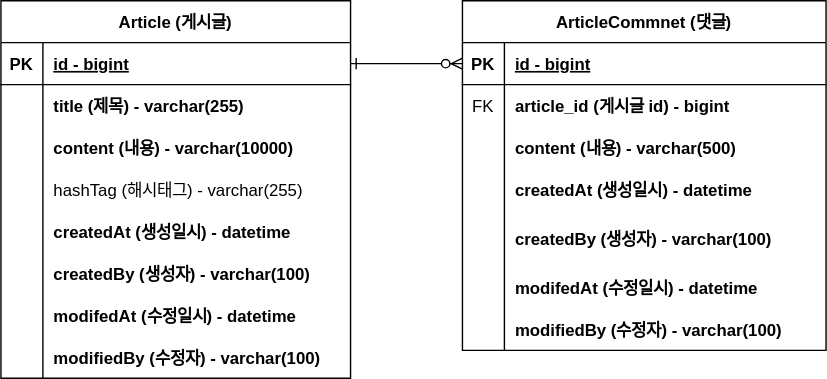
This is document/project-board-erd.svg from youngeun10/fastcampus-project-board, a draw.io export, as it was before one commit. Source tidied: cells renumbered, new cells last; positions are measured from the earlier drawing's top-left corner, leaving out a move shared by most shapes.
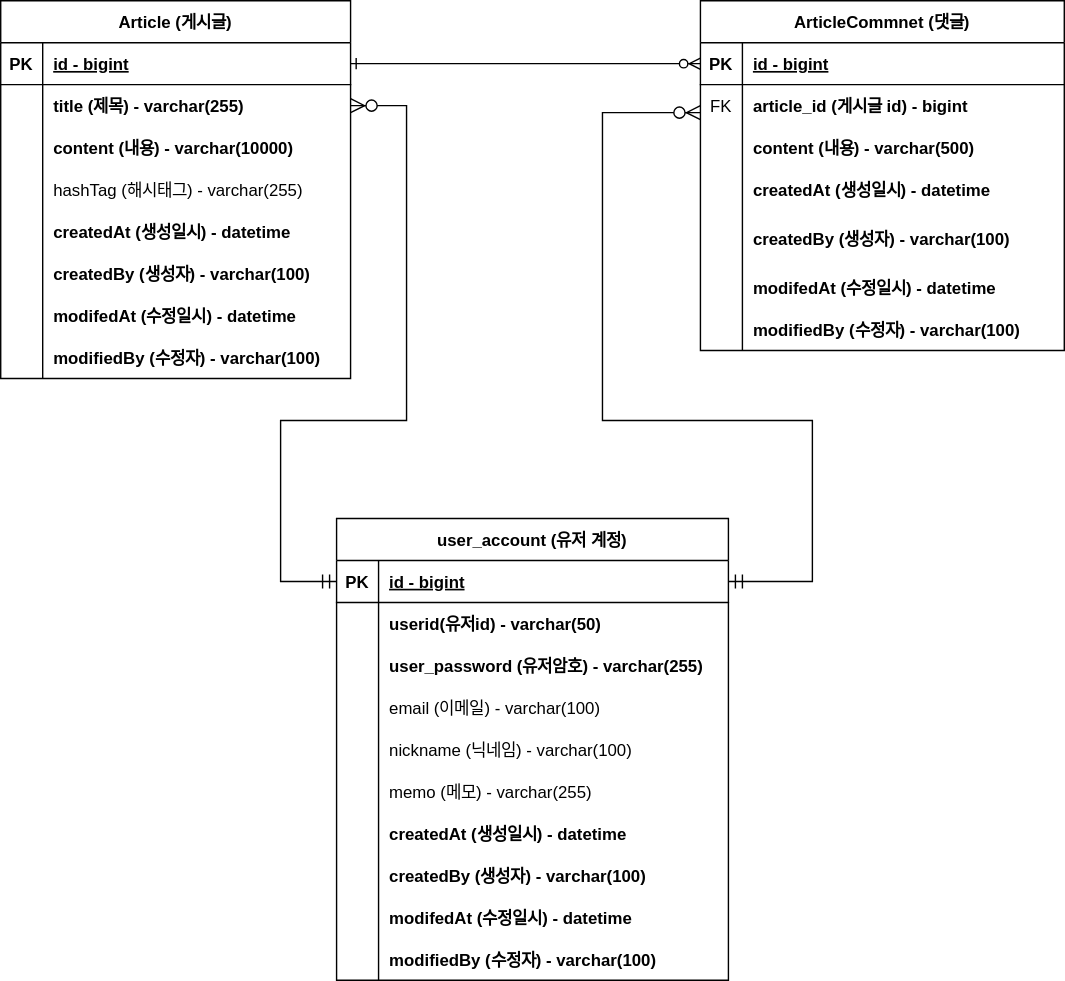
Later version of the same file.

The edit, as a diff of the source:
```diff
@@ -6,7 +6,7 @@
       <mxGeometry relative="1" as="geometry" />
     </mxCell>
     <mxCell id="3" value="ArticleCommnet (댓글)" style="shape=table;startSize=30;rowLines=0;fontStyle=1;align=center;" parent="1" vertex="1">
-      <mxGeometry x="330" width="260" height="250" as="geometry" />
+      <mxGeometry x="420" width="260" height="250" as="geometry" />
     </mxCell>
     <mxCell id="4" style="shape=partialRectangle;fillColor=none;points=[[0,0.5],[1,0.5]];portConstraint=eastwest;top=0;left=0;right=0;bottom=1;" parent="3" vertex="1">
       <mxGeometry y="30" width="260" height="30" as="geometry" />
@@ -72,7 +72,7 @@
       <mxGeometry x="30" width="230" height="30" as="geometry" />
     </mxCell>
     <mxCell id="25" value="Article (게시글)" style="shape=table;startSize=30;rowLines=0;fontStyle=1;align=center;" parent="1" vertex="1">
-      <mxGeometry width="250" height="270" as="geometry" />
+      <mxGeometry x="-80" width="250" height="270" as="geometry" />
     </mxCell>
     <mxCell id="26" style="shape=partialRectangle;fillColor=none;points=[[0,0.5],[1,0.5]];portConstraint=eastwest;top=0;left=0;right=0;bottom=1;" parent="25" vertex="1">
       <mxGeometry y="30" width="250" height="30" as="geometry" />
@@ -146,5 +146,119 @@
     <mxCell id="49" value="modifiedBy (수정자) - varchar(100)" style="shape=partialRectangle;overflow=hidden;fillColor=none;top=0;left=0;bottom=0;right=0;align=left;spacingLeft=6;fontStyle=1;" parent="47" vertex="1">
       <mxGeometry x="30" width="220" height="30" as="geometry" />
     </mxCell>
+    <mxCell id="50" value="user_account (유저 계정)" style="shape=table;startSize=30;rowLines=0;fontStyle=1;align=center;" parent="1" vertex="1">
+      <mxGeometry x="160" y="370" width="280" height="330" as="geometry" />
+    </mxCell>
+    <mxCell id="51" style="shape=partialRectangle;fillColor=none;points=[[0,0.5],[1,0.5]];portConstraint=eastwest;top=0;left=0;right=0;bottom=1;" parent="50" vertex="1">
+      <mxGeometry y="30" width="280" height="30" as="geometry" />
+    </mxCell>
+    <mxCell id="52" value="PK" style="shape=partialRectangle;overflow=hidden;fillColor=none;top=0;left=0;bottom=0;right=0;fontStyle=1;" parent="51" vertex="1">
+      <mxGeometry width="30" height="30" as="geometry" />
+    </mxCell>
+    <mxCell id="53" value="id - bigint" style="shape=partialRectangle;overflow=hidden;fillColor=none;top=0;left=0;bottom=0;right=0;align=left;spacingLeft=6;fontStyle=5;" parent="51" vertex="1">
+      <mxGeometry x="30" width="250" height="30" as="geometry" />
+    </mxCell>
+    <mxCell id="54" style="shape=partialRectangle;fillColor=none;top=0;left=0;right=0;bottom=0;" parent="50" vertex="1">
+      <mxGeometry y="60" width="280" height="30" as="geometry" />
+    </mxCell>
+    <mxCell id="55" style="shape=partialRectangle;overflow=hidden;fillColor=none;top=0;left=0;bottom=0;right=0;" parent="54" vertex="1">
+      <mxGeometry width="30" height="30" as="geometry" />
+    </mxCell>
+    <mxCell id="56" value="userid(유저id) - varchar(50)" style="shape=partialRectangle;overflow=hidden;fillColor=none;top=0;left=0;bottom=0;right=0;align=left;spacingLeft=6;fontStyle=1;" parent="54" vertex="1">
+      <mxGeometry x="30" width="250" height="30" as="geometry" />
+    </mxCell>
+    <mxCell id="57" style="shape=partialRectangle;fillColor=none;top=0;left=0;right=0;bottom=0;" parent="50" vertex="1">
+      <mxGeometry y="90" width="280" height="30" as="geometry" />
+    </mxCell>
+    <mxCell id="58" style="shape=partialRectangle;overflow=hidden;fillColor=none;top=0;left=0;bottom=0;right=0;" parent="57" vertex="1">
+      <mxGeometry width="30" height="30" as="geometry" />
+    </mxCell>
+    <mxCell id="59" value="user_password (유저암호) - varchar(255)" style="shape=partialRectangle;overflow=hidden;fillColor=none;top=0;left=0;bottom=0;right=0;align=left;spacingLeft=6;fontStyle=1;" parent="57" vertex="1">
+      <mxGeometry x="30" width="250" height="30" as="geometry" />
+    </mxCell>
+    <mxCell id="60" style="shape=partialRectangle;fillColor=none;top=0;left=0;right=0;bottom=0;" parent="50" vertex="1">
+      <mxGeometry y="120" width="280" height="30" as="geometry" />
+    </mxCell>
+    <mxCell id="61" style="shape=partialRectangle;overflow=hidden;fillColor=none;top=0;left=0;bottom=0;right=0;" parent="60" vertex="1">
+      <mxGeometry width="30" height="30" as="geometry" />
+    </mxCell>
+    <mxCell id="62" value="email (이메일) - varchar(100)" style="shape=partialRectangle;overflow=hidden;fillColor=none;top=0;left=0;bottom=0;right=0;align=left;spacingLeft=6;" parent="60" vertex="1">
+      <mxGeometry x="30" width="250" height="30" as="geometry" />
+    </mxCell>
+    <mxCell id="63" style="shape=partialRectangle;fillColor=none;top=0;left=0;right=0;bottom=0;" parent="50" vertex="1">
+      <mxGeometry y="150" width="280" height="30" as="geometry" />
+    </mxCell>
+    <mxCell id="64" style="shape=partialRectangle;overflow=hidden;fillColor=none;top=0;left=0;bottom=0;right=0;" parent="63" vertex="1">
+      <mxGeometry width="30" height="30" as="geometry" />
+    </mxCell>
+    <mxCell id="65" value="nickname (닉네임) - varchar(100)" style="shape=partialRectangle;overflow=hidden;fillColor=none;top=0;left=0;bottom=0;right=0;align=left;spacingLeft=6;" parent="63" vertex="1">
+      <mxGeometry x="30" width="250" height="30" as="geometry" />
+    </mxCell>
+    <mxCell id="66" style="shape=partialRectangle;fillColor=none;top=0;left=0;right=0;bottom=0;" parent="50" vertex="1">
+      <mxGeometry y="180" width="280" height="30" as="geometry" />
+    </mxCell>
+    <mxCell id="67" style="shape=partialRectangle;overflow=hidden;fillColor=none;top=0;left=0;bottom=0;right=0;" parent="66" vertex="1">
+      <mxGeometry width="30" height="30" as="geometry" />
+    </mxCell>
+    <mxCell id="68" value="memo (메모) - varchar(255)" style="shape=partialRectangle;overflow=hidden;fillColor=none;top=0;left=0;bottom=0;right=0;align=left;spacingLeft=6;" parent="66" vertex="1">
+      <mxGeometry x="30" width="250" height="30" as="geometry" />
+    </mxCell>
+    <mxCell id="69" style="shape=partialRectangle;fillColor=none;top=0;left=0;right=0;bottom=0;" parent="50" vertex="1">
+      <mxGeometry y="210" width="280" height="30" as="geometry" />
+    </mxCell>
+    <mxCell id="70" style="shape=partialRectangle;overflow=hidden;fillColor=none;top=0;left=0;bottom=0;right=0;" parent="69" vertex="1">
+      <mxGeometry width="30" height="30" as="geometry" />
+    </mxCell>
+    <mxCell id="71" value="createdAt (생성일시) - datetime" style="shape=partialRectangle;overflow=hidden;fillColor=none;top=0;left=0;bottom=0;right=0;align=left;spacingLeft=6;fontStyle=1;" parent="69" vertex="1">
+      <mxGeometry x="30" width="250" height="30" as="geometry" />
+    </mxCell>
+    <mxCell id="72" style="shape=partialRectangle;fillColor=none;top=0;left=0;right=0;bottom=0;" parent="50" vertex="1">
+      <mxGeometry y="240" width="280" height="30" as="geometry" />
+    </mxCell>
+    <mxCell id="73" style="shape=partialRectangle;overflow=hidden;fillColor=none;top=0;left=0;bottom=0;right=0;" parent="72" vertex="1">
+      <mxGeometry width="30" height="30" as="geometry" />
+    </mxCell>
+    <mxCell id="74" value="createdBy (생성자) - varchar(100)" style="shape=partialRectangle;overflow=hidden;fillColor=none;top=0;left=0;bottom=0;right=0;align=left;spacingLeft=6;fontStyle=1;" parent="72" vertex="1">
+      <mxGeometry x="30" width="250" height="30" as="geometry" />
+    </mxCell>
+    <mxCell id="75" style="shape=partialRectangle;fillColor=none;top=0;left=0;right=0;bottom=0;" parent="50" vertex="1">
+      <mxGeometry y="270" width="280" height="30" as="geometry" />
+    </mxCell>
+    <mxCell id="76" style="shape=partialRectangle;overflow=hidden;fillColor=none;top=0;left=0;bottom=0;right=0;" parent="75" vertex="1">
+      <mxGeometry width="30" height="30" as="geometry" />
+    </mxCell>
+    <mxCell id="77" value="modifedAt (수정일시) - datetime" style="shape=partialRectangle;overflow=hidden;fillColor=none;top=0;left=0;bottom=0;right=0;align=left;spacingLeft=6;fontStyle=1;" parent="75" vertex="1">
+      <mxGeometry x="30" width="250" height="30" as="geometry" />
+    </mxCell>
+    <mxCell id="78" style="shape=partialRectangle;fillColor=none;top=0;left=0;right=0;bottom=0;" parent="50" vertex="1">
+      <mxGeometry y="300" width="280" height="30" as="geometry" />
+    </mxCell>
+    <mxCell id="79" style="shape=partialRectangle;overflow=hidden;fillColor=none;top=0;left=0;bottom=0;right=0;" parent="78" vertex="1">
+      <mxGeometry width="30" height="30" as="geometry" />
+    </mxCell>
+    <mxCell id="80" value="modifiedBy (수정자) - varchar(100)" style="shape=partialRectangle;overflow=hidden;fillColor=none;top=0;left=0;bottom=0;right=0;align=left;spacingLeft=6;fontStyle=1;" parent="78" vertex="1">
+      <mxGeometry x="30" width="250" height="30" as="geometry" />
+    </mxCell>
+    <mxCell id="81" style="edgeStyle=orthogonalEdgeStyle;fontSize=12;html=1;endArrow=ERzeroToMany;startArrow=ERmandOne;rounded=0;startSize=8;endSize=8;entryX=1;entryY=0.5;entryDx=0;entryDy=0;exitX=0;exitY=0.5;exitDx=0;exitDy=0;" parent="1" edge="1" source="51" target="29">
+      <mxGeometry relative="1" as="geometry">
+        <Array as="points">
+          <mxPoint x="120" y="415" />
+          <mxPoint x="120" y="300" />
+          <mxPoint x="210" y="300" />
+          <mxPoint x="210" y="75" />
+        </Array>
+      </mxGeometry>
+    </mxCell>
+    <mxCell id="82" style="edgeStyle=orthogonalEdgeStyle;fontSize=12;html=1;endArrow=ERzeroToMany;startArrow=ERmandOne;rounded=0;startSize=8;endSize=8;exitX=1;exitY=0.5;exitDx=0;exitDy=0;" parent="1" edge="1" source="51">
+      <mxGeometry relative="1" as="geometry">
+        <mxPoint x="420" y="80" as="targetPoint" />
+        <Array as="points">
+          <mxPoint x="500" y="415" />
+          <mxPoint x="500" y="300" />
+          <mxPoint x="350" y="300" />
+          <mxPoint x="350" y="80" />
+        </Array>
+      </mxGeometry>
+    </mxCell>
   </root>
 </mxGraphModel>
```
